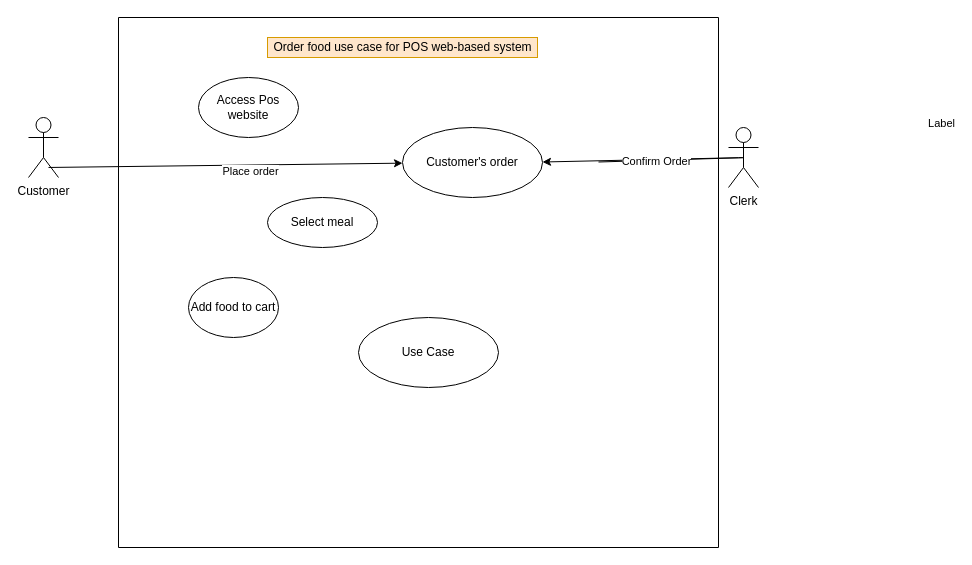
Earlier version of the draw.io diagram Order-food.drawio (asgreen2000/WebDev). Source tidied: cells renumbered, new cells numbered last; positions are measured from the earlier drawing's top-left corner, leaving out a move shared by most shapes. Both pictures are drawn from the tidied source at 100%, with x=0, y=0 at pixel (28, 17).
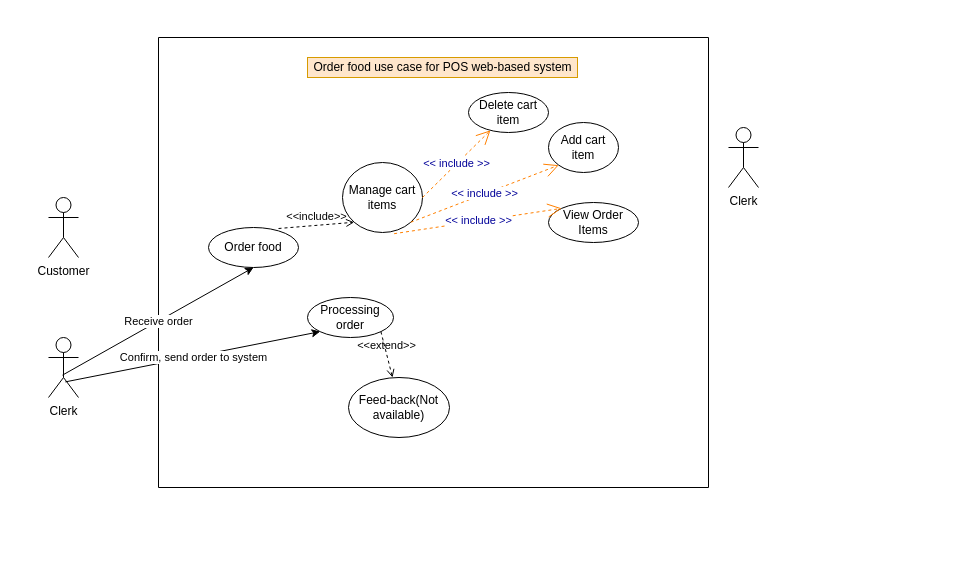
The same diagram, later.

Diff of the diagram source:
```diff
@@
-    <mxCell id="2" style="swimlane;startSize=0;" parent="1" vertex="1">
-      <mxGeometry x="90" width="600" height="530" as="geometry" />
-    </mxCell>
+    <mxCell id="13" value="Clerk" style="shape=umlActor;verticalLabelPosition=bottom;verticalAlign=top;html=1;" parent="1" vertex="1">
+      <mxGeometry x="700" y="110" width="30" height="60" as="geometry" />
+    </mxCell>
+    <mxCell id="15" style="swimlane;startSize=0;" parent="1" vertex="1">
+      <mxGeometry x="130" y="20" width="550" height="450" as="geometry" />
+    </mxCell>
-    <mxCell id="3" value="Order food use case for POS web-based system&lt;br&gt;" style="text;html=1;align=center;verticalAlign=middle;strokeColor=#d79b00;fillColor=#ffe6cc;" parent="2" vertex="1">
+    <mxCell id="3" value="Order food use case for POS web-based system&lt;br&gt;" style="text;html=1;align=center;verticalAlign=middle;strokeColor=#d79b00;fillColor=#ffe6cc;" parent="15" vertex="1">
       <mxGeometry x="149" y="20" width="270" height="20" as="geometry" />
     </mxCell>
-    <mxCell id="4" value="Access Pos website" style="ellipse;whiteSpace=wrap;html=1;" parent="2" vertex="1">
-      <mxGeometry x="80" y="60" width="100" height="60" as="geometry" />
-    </mxCell>
-    <mxCell id="5" value="Select meal" style="ellipse;whiteSpace=wrap;html=1;" parent="2" vertex="1">
-      <mxGeometry x="149" y="180" width="110" height="50" as="geometry" />
-    </mxCell>
-    <mxCell id="6" value="Customer's order" style="ellipse;whiteSpace=wrap;html=1;" parent="2" vertex="1">
-      <mxGeometry x="284" y="110" width="140" height="70" as="geometry" />
-    </mxCell>
-    <mxCell id="7" value="Add food to cart" style="ellipse;whiteSpace=wrap;html=1;" parent="2" vertex="1">
-      <mxGeometry x="70" y="260" width="90" height="60" as="geometry" />
-    </mxCell>
-    <mxCell id="8" value="Use Case" style="ellipse;whiteSpace=wrap;html=1;" parent="2" vertex="1">
-      <mxGeometry x="240" y="300" width="140" height="70" as="geometry" />
-    </mxCell>
-    <mxCell id="9" style="endArrow=classic;html=1;" parent="2" edge="1">
-      <mxGeometry relative="1" as="geometry">
-        <mxPoint x="480" y="144.5" as="sourcePoint" />
-        <mxPoint x="424" y="144.5" as="targetPoint" />
-        <Array as="points">
-          <mxPoint x="630" y="140" />
-        </Array>
-      </mxGeometry>
-    </mxCell>
-    <mxCell id="10" value="Label" style="edgeLabel;html=1;align=center;verticalAlign=middle;" parent="9" vertex="1">
-      <mxGeometry relative="1" as="geometry">
-        <mxPoint x="220" y="-35" as="offset" />
-      </mxGeometry>
-    </mxCell>
-    <mxCell id="11" value="Confirm Order" style="edgeLabel;html=1;align=center;verticalAlign=middle;" parent="9" vertex="1">
-      <mxGeometry x="0.18" y="2" relative="1" as="geometry">
-        <mxPoint x="-33" as="offset" />
-      </mxGeometry>
-    </mxCell>
+    <mxCell id="16" value="Order food" style="ellipse;whiteSpace=wrap;html=1;" parent="15" vertex="1">
+      <mxGeometry x="50" y="190" width="90" height="40" as="geometry" />
+    </mxCell>
+    <mxCell id="17" value="Manage cart items" style="ellipse;whiteSpace=wrap;html=1;" parent="15" vertex="1">
+      <mxGeometry x="184" y="125" width="80" height="70" as="geometry" />
+    </mxCell>
+    <mxCell id="18" value="Delete cart item" style="ellipse;whiteSpace=wrap;html=1;" parent="15" vertex="1">
+      <mxGeometry x="310" y="55" width="80" height="40" as="geometry" />
+    </mxCell>
+    <mxCell id="19" value="Add cart item" style="ellipse;whiteSpace=wrap;html=1;" parent="15" vertex="1">
+      <mxGeometry x="390" y="85" width="70" height="50" as="geometry" />
+    </mxCell>
+    <mxCell id="20" value="View Order Items" style="ellipse;whiteSpace=wrap;html=1;" parent="15" vertex="1">
+      <mxGeometry x="390" y="165" width="90" height="40" as="geometry" />
+    </mxCell>
+    <mxCell id="21" value="&amp;lt;&amp;lt; include &amp;gt;&amp;gt;" style="endArrow=open;endSize=12;dashed=1;html=1;exitX=0.645;exitY=1.017;fontColor=#000099;strokeColor=#FF8000;exitDx=0;exitDy=0;exitPerimeter=0;entryX=0;entryY=0;entryDx=0;entryDy=0;" parent="15" edge="1" source="17" target="20">
+      <mxGeometry relative="1" as="geometry" />
+    </mxCell>
+    <mxCell id="22" value="&amp;lt;&amp;lt;include&amp;gt;&amp;gt;" style="html=1;verticalAlign=bottom;labelBackgroundColor=none;endArrow=open;endFill=0;dashed=1;entryX=0;entryY=1;entryDx=0;entryDy=0;exitX=0.778;exitY=0.025;exitDx=0;exitDy=0;exitPerimeter=0;" parent="15" edge="1" source="16" target="17">
+      <mxGeometry relative="1" as="geometry" />
+    </mxCell>
+    <mxCell id="23" value="&amp;lt;&amp;lt; include &amp;gt;&amp;gt;" style="endArrow=open;endSize=12;dashed=1;html=1;exitX=1;exitY=0.5;fontColor=#000099;strokeColor=#FF8000;exitDx=0;exitDy=0;" parent="15" edge="1" source="17" target="18">
+      <mxGeometry relative="1" as="geometry" />
+    </mxCell>
+    <mxCell id="24" value="&amp;lt;&amp;lt; include &amp;gt;&amp;gt;" style="endArrow=open;endSize=12;dashed=1;html=1;exitX=1;exitY=1;fontColor=#000099;strokeColor=#FF8000;exitDx=0;exitDy=0;entryX=0;entryY=1;entryDx=0;entryDy=0;" parent="15" edge="1" source="17" target="19">
+      <mxGeometry relative="1" as="geometry" />
+    </mxCell>
+    <mxCell id="25" value="Processing order" style="ellipse;whiteSpace=wrap;html=1;" parent="15" vertex="1">
+      <mxGeometry x="149" y="260" width="86" height="40" as="geometry" />
+    </mxCell>
+    <mxCell id="26" value="Feed-back(Not available)" style="ellipse;whiteSpace=wrap;html=1;" parent="15" vertex="1">
+      <mxGeometry x="190" y="340" width="101" height="60" as="geometry" />
+    </mxCell>
+    <mxCell id="27" value="&amp;lt;&amp;lt;extend&amp;gt;&amp;gt;" style="html=1;verticalAlign=bottom;labelBackgroundColor=none;endArrow=open;endFill=0;dashed=1;entryX=0.436;entryY=0;entryDx=0;entryDy=0;entryPerimeter=0;exitX=1;exitY=1;exitDx=0;exitDy=0;" parent="15" edge="1" source="25" target="26">
+      <mxGeometry relative="1" as="geometry" />
+    </mxCell>
     <mxCell id="12" value="Customer" style="shape=umlActor;verticalLabelPosition=bottom;verticalAlign=top;html=1;" parent="1" vertex="1">
-      <mxGeometry y="100" width="30" height="60" as="geometry" />
+      <mxGeometry x="20" y="180" width="30" height="60" as="geometry" />
     </mxCell>
-    <mxCell id="13" value="Clerk" style="shape=umlActor;verticalLabelPosition=bottom;verticalAlign=top;html=1;" parent="1" vertex="1">
-      <mxGeometry x="700" y="110" width="30" height="60" as="geometry" />
-    </mxCell>
-    <mxCell id="14" value="Place order" style="endArrow=classic;html=1;exitX=0.667;exitY=0.833;exitDx=0;exitDy=0;exitPerimeter=0;" parent="1" edge="1" source="12" target="6">
-      <mxGeometry x="0.14" y="-6" relative="1" as="geometry" />
-    </mxCell>
+    <mxCell id="28" value="Clerk" style="shape=umlActor;verticalLabelPosition=bottom;verticalAlign=top;html=1;" parent="1" vertex="1">
+      <mxGeometry x="20" y="320" width="30" height="60" as="geometry" />
+    </mxCell>
+    <mxCell id="29" style="endArrow=classic;html=1;exitX=0.467;exitY=0.627;exitDx=0;exitDy=0;exitPerimeter=0;entryX=0.5;entryY=1;entryDx=0;entryDy=0;" parent="1" edge="1" source="28" target="16">
+      <mxGeometry relative="1" as="geometry" />
+    </mxCell>
+    <mxCell id="30" value="Receive order" style="edgeLabel;html=1;align=center;verticalAlign=middle;" parent="29" vertex="1">
+      <mxGeometry relative="1" as="geometry" />
+    </mxCell>
+    <mxCell id="31" style="endArrow=classic;html=1;exitX=0.56;exitY=0.74;exitDx=0;exitDy=0;exitPerimeter=0;entryX=0;entryY=1;entryDx=0;entryDy=0;" parent="1" edge="1" source="28" target="25">
+      <mxGeometry relative="1" as="geometry" />
+    </mxCell>
+    <mxCell id="32" value="Confirm, send order to system" style="edgeLabel;html=1;align=center;verticalAlign=middle;" parent="31" vertex="1">
+      <mxGeometry relative="1" as="geometry" />
+    </mxCell>
```
